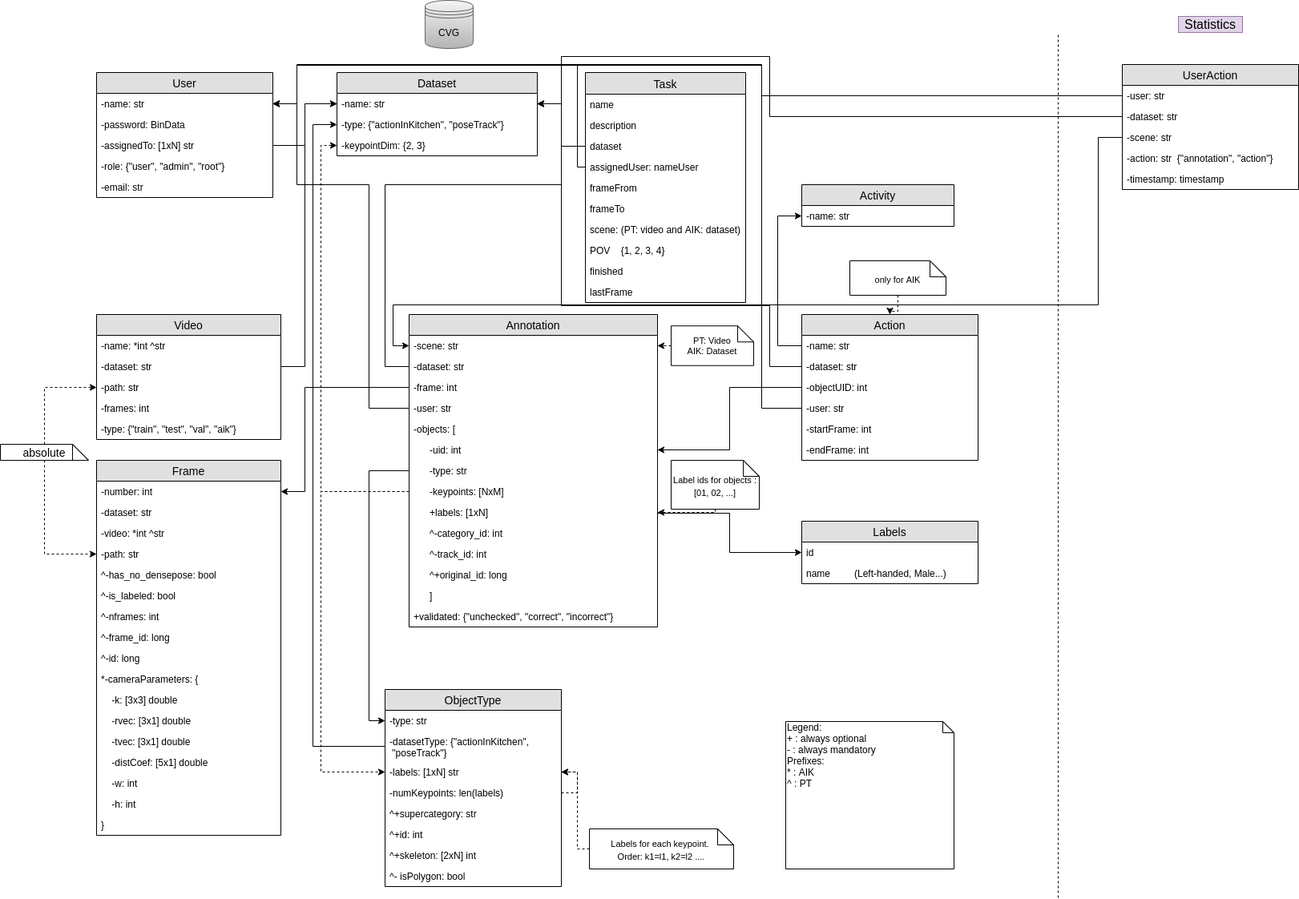
bonn-activity-maps/bam_annotation_tool keeps this draw.io diagram as images/CVG_BBDD.png. Above is the earlier version. Source tidied: cells renumbered, new cells last; positions are measured from the earlier drawing's top-left corner, leaving out a move shared by most shapes.
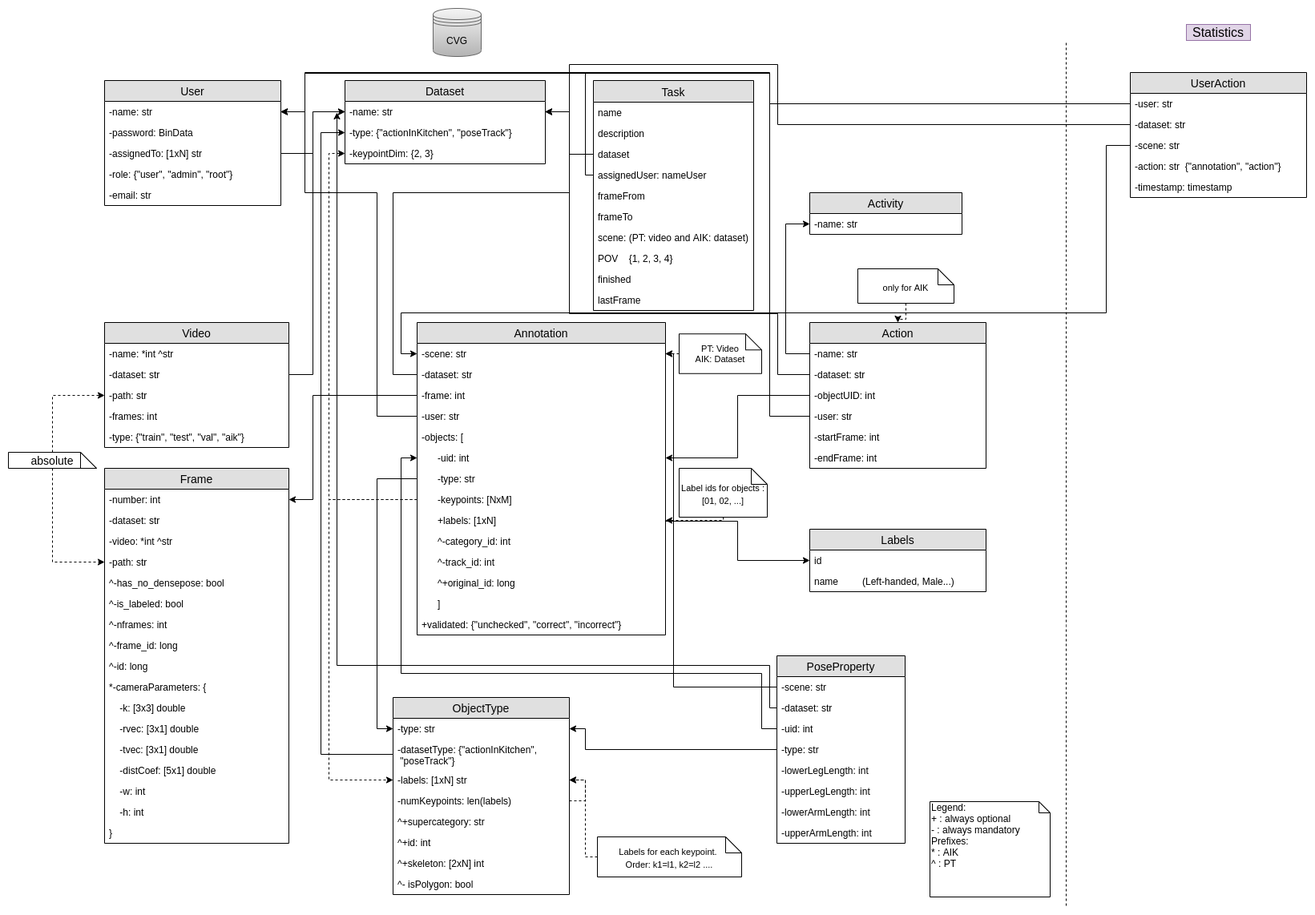
After the change.

Change to the diagram source:
```diff
@@ -392,7 +392,7 @@
       <mxGeometry x="1060" y="325" width="120" height="43" as="geometry" />
     </mxCell>
     <mxCell id="104" value="&lt;div&gt;Legend:&lt;/div&gt;&lt;div&gt;+ : always optional&lt;/div&gt;&lt;div&gt;- : always mandatory&lt;/div&gt;&lt;div&gt;Prefixes:&lt;br&gt;&lt;/div&gt;&lt;div&gt;* : AIK&lt;br&gt;&lt;/div&gt;&lt;div&gt;^ : PT&lt;br&gt;&lt;/div&gt;" style="shape=note;whiteSpace=wrap;html=1;size=14;verticalAlign=top;align=left;spacingTop=-6;" parent="1" vertex="1">
-      <mxGeometry x="980" y="900" width="210" height="184" as="geometry" />
+      <mxGeometry x="1150" y="990" width="150" height="119" as="geometry" />
     </mxCell>
     <mxCell id="105" style="edgeStyle=orthogonalEdgeStyle;rounded=0;jettySize=auto;html=1;exitX=0.5;exitY=1;exitDx=0;exitDy=0;exitPerimeter=0;entryX=0;entryY=0.5;entryDx=0;entryDy=0;dashed=1;" parent="1" edge="1" source="107" target="71">
       <mxGeometry relative="1" as="geometry" />
@@ -495,5 +495,68 @@
     <mxCell id="123" value="&lt;font style=&quot;font-size: 16px&quot;&gt;Statistics&lt;/font&gt;" style="text;html=1;strokeColor=#9673a6;fillColor=#e1d5e7;align=center;verticalAlign=middle;whiteSpace=wrap;rounded=0;" parent="1" vertex="1">
       <mxGeometry x="1470" y="20" width="80" height="20" as="geometry" />
     </mxCell>
+    <mxCell id="124" value="PoseProperty" style="swimlane;fontStyle=0;horizontal=1;startSize=26;fillColor=#e0e0e0;swimlaneFillColor=#ffffff;align=center;fontSize=14;" parent="1" vertex="1">
+      <mxGeometry x="959" y="808" width="160" height="234" as="geometry" />
+    </mxCell>
+    <mxCell id="125" value="-scene: str" style="text;strokeColor=none;fillColor=none;spacingLeft=4;spacingRight=4;overflow=hidden;points=[[0,0.5],[1,0.5]];portConstraint=eastwest;fontSize=12;" parent="124" vertex="1">
+      <mxGeometry y="26" width="160" height="26" as="geometry" />
+    </mxCell>
+    <mxCell id="126" value="-dataset: str" style="text;strokeColor=none;fillColor=none;spacingLeft=4;spacingRight=4;overflow=hidden;points=[[0,0.5],[1,0.5]];portConstraint=eastwest;fontSize=12;" parent="124" vertex="1">
+      <mxGeometry y="52" width="160" height="26" as="geometry" />
+    </mxCell>
+    <mxCell id="127" value="-uid: int" style="text;strokeColor=none;fillColor=none;spacingLeft=4;spacingRight=4;overflow=hidden;points=[[0,0.5],[1,0.5]];portConstraint=eastwest;fontSize=12;" parent="124" vertex="1">
+      <mxGeometry y="78" width="160" height="26" as="geometry" />
+    </mxCell>
+    <mxCell id="128" value="-type: str" style="text;strokeColor=none;fillColor=none;spacingLeft=4;spacingRight=4;overflow=hidden;points=[[0,0.5],[1,0.5]];portConstraint=eastwest;fontSize=12;" parent="124" vertex="1">
+      <mxGeometry y="104" width="160" height="26" as="geometry" />
+    </mxCell>
+    <mxCell id="129" value="-lowerLegLength: int" style="text;strokeColor=none;fillColor=none;spacingLeft=4;spacingRight=4;overflow=hidden;fontSize=12;" parent="124" vertex="1">
+      <mxGeometry y="130" width="160" height="26" as="geometry" />
+    </mxCell>
+    <mxCell id="130" value="-upperLegLength: int" style="text;strokeColor=none;fillColor=none;spacingLeft=4;spacingRight=4;overflow=hidden;fontSize=12;" parent="124" vertex="1">
+      <mxGeometry y="156" width="160" height="26" as="geometry" />
+    </mxCell>
+    <mxCell id="131" value="-lowerArmLength: int" style="text;strokeColor=none;fillColor=none;spacingLeft=4;spacingRight=4;overflow=hidden;fontSize=12;" parent="124" vertex="1">
+      <mxGeometry y="182" width="160" height="26" as="geometry" />
+    </mxCell>
+    <mxCell id="132" value="-upperArmLength: int" style="text;strokeColor=none;fillColor=none;spacingLeft=4;spacingRight=4;overflow=hidden;fontSize=12;" parent="124" vertex="1">
+      <mxGeometry y="208" width="160" height="26" as="geometry" />
+    </mxCell>
+    <mxCell id="133" style="edgeStyle=orthogonalEdgeStyle;rounded=0;jettySize=auto;html=1;exitX=0;exitY=0.5;exitDx=0;exitDy=0;entryX=1;entryY=0.5;entryDx=0;entryDy=0;" parent="1" edge="1" source="125" target="15">
+      <mxGeometry relative="1" as="geometry">
+        <Array as="points">
+          <mxPoint x="830" y="847" />
+          <mxPoint x="830" y="431" />
+        </Array>
+      </mxGeometry>
+    </mxCell>
+    <mxCell id="134" style="edgeStyle=orthogonalEdgeStyle;rounded=0;jettySize=auto;html=1;exitX=0;exitY=0.5;exitDx=0;exitDy=0;" parent="1" edge="1" source="126">
+      <mxGeometry relative="1" as="geometry">
+        <mxPoint x="410" y="130" as="targetPoint" />
+        <Array as="points">
+          <mxPoint x="950" y="873" />
+          <mxPoint x="950" y="820" />
+          <mxPoint x="410" y="820" />
+        </Array>
+      </mxGeometry>
+    </mxCell>
+    <mxCell id="135" style="edgeStyle=orthogonalEdgeStyle;rounded=0;jettySize=auto;html=1;exitX=0;exitY=0.5;exitDx=0;exitDy=0;entryX=0;entryY=0.5;entryDx=0;entryDy=0;" parent="1" edge="1" source="127" target="20">
+      <mxGeometry relative="1" as="geometry">
+        <Array as="points">
+          <mxPoint x="940" y="899" />
+          <mxPoint x="940" y="830" />
+          <mxPoint x="490" y="830" />
+          <mxPoint x="490" y="561" />
+        </Array>
+      </mxGeometry>
+    </mxCell>
+    <mxCell id="136" style="edgeStyle=orthogonalEdgeStyle;rounded=0;jettySize=auto;html=1;exitX=0;exitY=0.5;exitDx=0;exitDy=0;" parent="1" edge="1" source="128" target="30">
+      <mxGeometry relative="1" as="geometry">
+        <Array as="points">
+          <mxPoint x="720" y="925" />
+          <mxPoint x="720" y="899" />
+        </Array>
+      </mxGeometry>
+    </mxCell>
   </root>
 </mxGraphModel>
```
